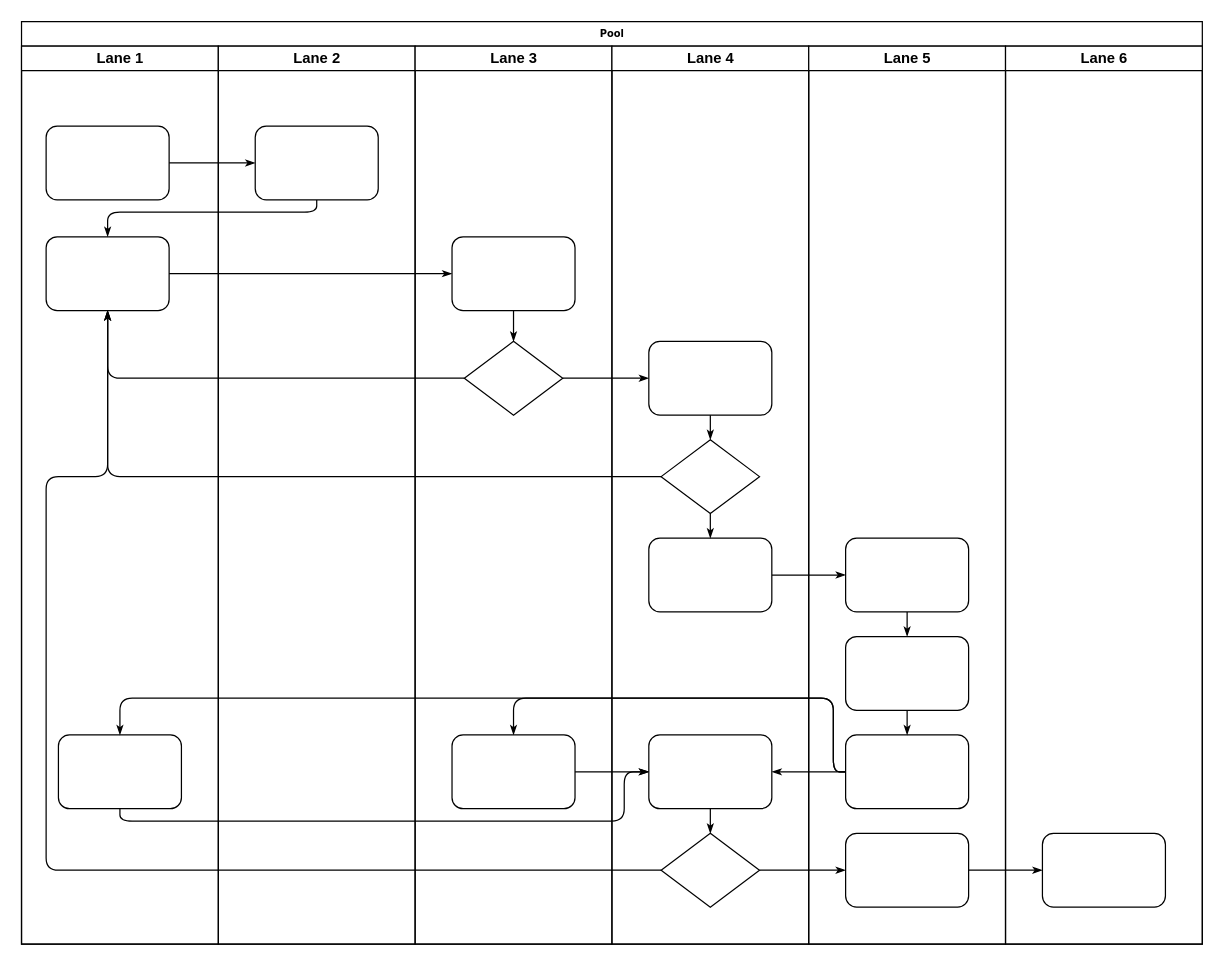
This is 未命名绘图.drawio from yingxuanxuan/yingxuanxuan.github.io, a draw.io file, before an edit. Source tidied: cells renumbered, new cells numbered last; positions are measured from the earlier drawing's top-left corner, leaving out a move shared by most shapes. Both pictures are drawn from the tidied source at 123%, with x=0, y=0 at pixel (21, 21).
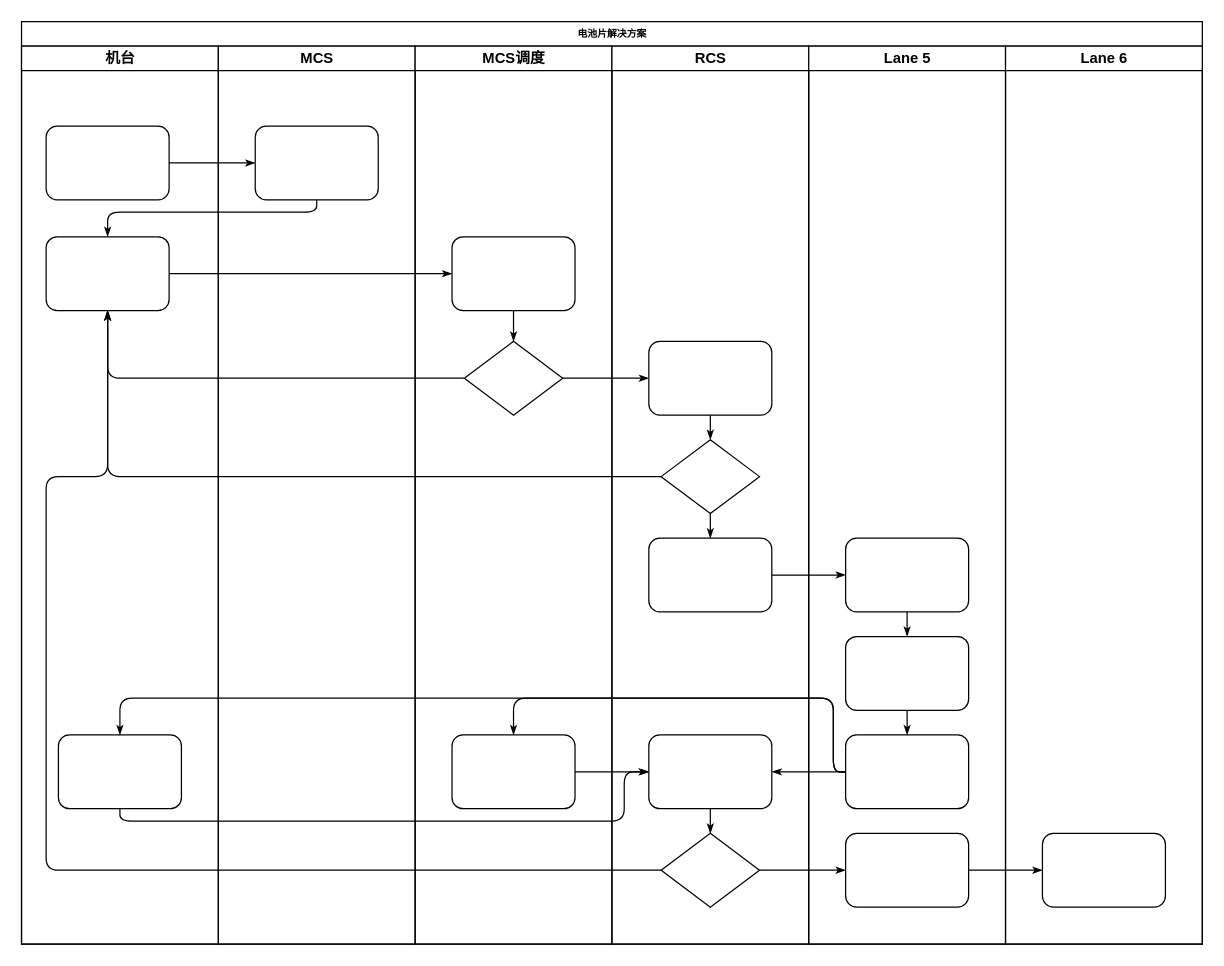
After the change.

Commit message:
电池片解决方案.drawio

Change to the diagram source:
```diff
@@
-    <mxCell id="2" value="Pool" style="swimlane;html=1;startSize=20;rounded=0;shadow=0;labelBackgroundColor=none;strokeWidth=1;fontFamily=Verdana;fontSize=8;align=center;" parent="1" vertex="1">
+    <mxCell id="2" value="电池片解决方案" style="swimlane;html=1;startSize=20;rounded=0;shadow=0;labelBackgroundColor=none;strokeWidth=1;fontFamily=Verdana;fontSize=8;align=center;" parent="1" vertex="1">
       <mxGeometry width="960" height="750" as="geometry" />
     </mxCell>
-    <mxCell id="3" value="Lane 1" style="swimlane;html=1;startSize=20;" parent="2" vertex="1">
+    <mxCell id="3" value="机台" style="swimlane;html=1;startSize=20;" parent="2" vertex="1">
       <mxGeometry y="20" width="160" height="730" as="geometry" />
     </mxCell>
@@
-    <mxCell id="22" value="Lane 2" style="swimlane;html=1;startSize=20;" parent="2" vertex="1">
+    <mxCell id="22" value="MCS" style="swimlane;html=1;startSize=20;" parent="2" vertex="1">
       <mxGeometry x="160" y="20" width="160" height="730" as="geometry" />
     </mxCell>
@@
-    <mxCell id="24" value="Lane 3" style="swimlane;html=1;startSize=20;" parent="2" vertex="1">
+    <mxCell id="24" value="MCS调度" style="swimlane;html=1;startSize=20;" parent="2" vertex="1">
       <mxGeometry x="320" y="20" width="160" height="730" as="geometry" />
     </mxCell>
@@
-    <mxCell id="29" value="Lane 4" style="swimlane;html=1;startSize=20;" parent="2" vertex="1">
+    <mxCell id="29" value="RCS" style="swimlane;html=1;startSize=20;" parent="2" vertex="1">
       <mxGeometry x="480" y="20" width="160" height="730" as="geometry" />
     </mxCell>
```
